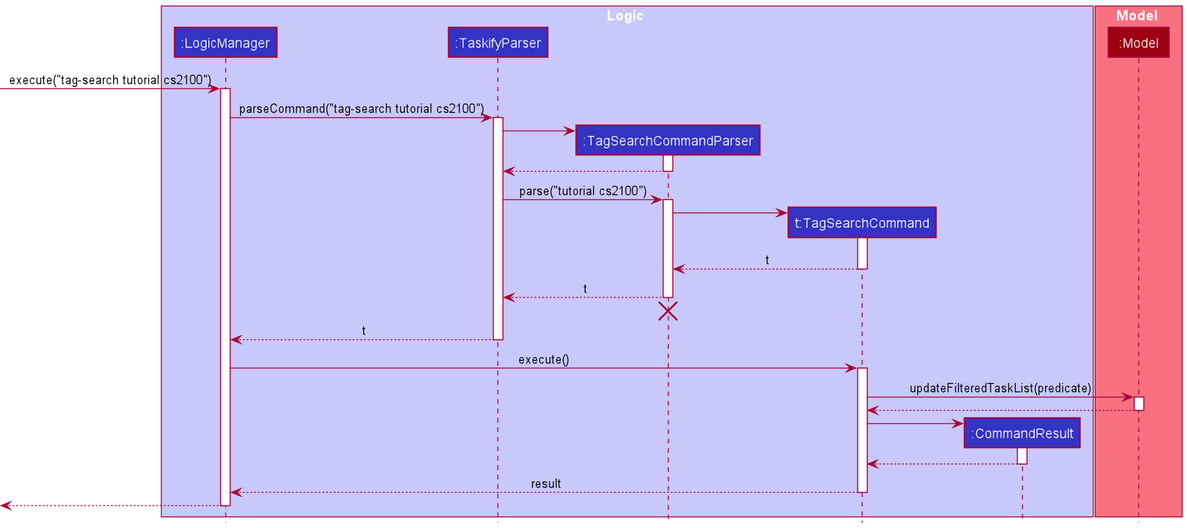
Above: docs/images/TagSearchSequenceDiagram.png in nus-cs2103-AY2021S2/tp (PlantUML), before the change.
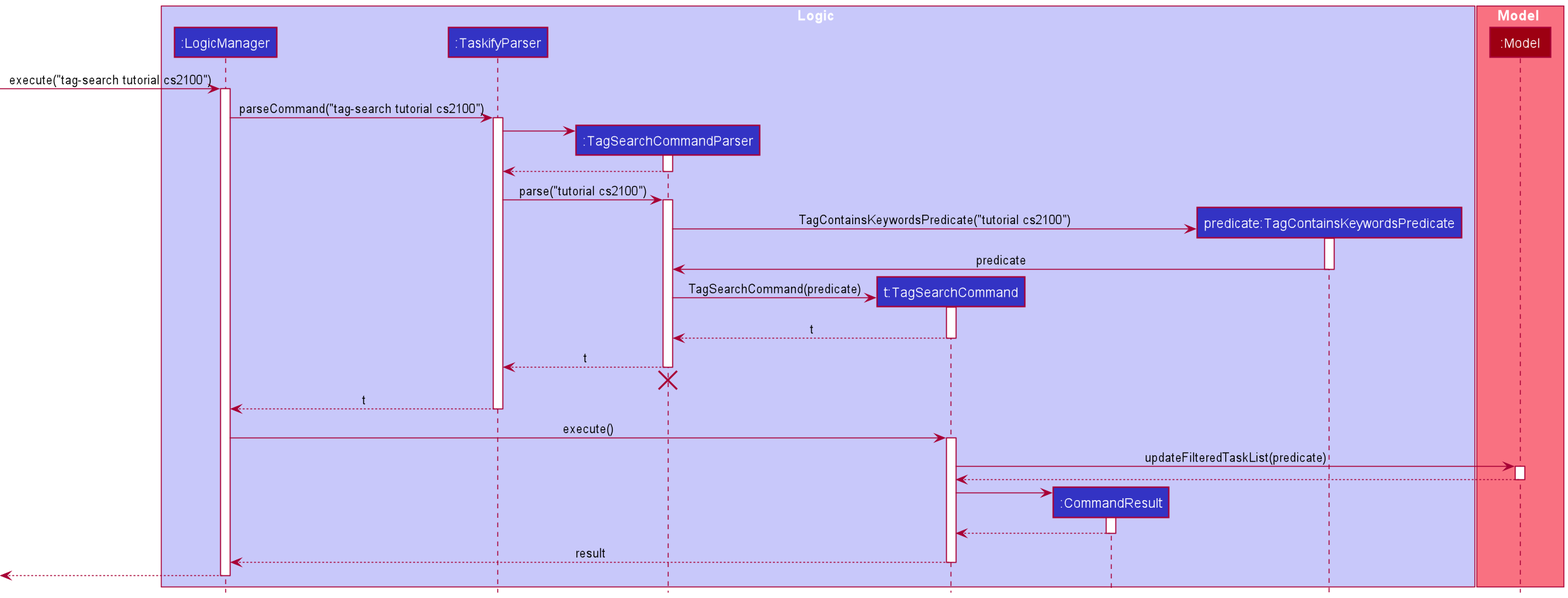
Above is the later version.

What changed in the source:
```diff
@@ -7,7 +7,10 @@
 participant ":TagSearchCommandParser" as TagSearchCommandParser LOGIC_COLOR
 participant "t:TagSearchCommand" as TagSearchCommand LOGIC_COLOR
 participant ":CommandResult" as CommandResult LOGIC_COLOR
+participant "predicate:TagContainsKeywordsPredicate" as TagContainsKeywordsPredicate LOGIC_COLOR
 end box
+
+
 
 box Model MODEL_COLOR_T1
 participant ":Model" as Model MODEL_COLOR
@@ -29,8 +32,14 @@
 TaskifyParser -> TagSearchCommandParser : parse("tutorial cs2100")
 activate TagSearchCommandParser
 
+create TagContainsKeywordsPredicate
+TagSearchCommandParser -> TagContainsKeywordsPredicate : TagContainsKeywordsPredicate("tutorial cs2100")
+activate TagContainsKeywordsPredicate
+TagContainsKeywordsPredicate -> TagSearchCommandParser : predicate
+deactivate TagContainsKeywordsPredicate
+
 create TagSearchCommand
-TagSearchCommandParser -> TagSearchCommand
+TagSearchCommandParser -> TagSearchCommand : TagSearchCommand(predicate)
 activate TagSearchCommand
 
 TagSearchCommand --> TagSearchCommandParser : t
```
